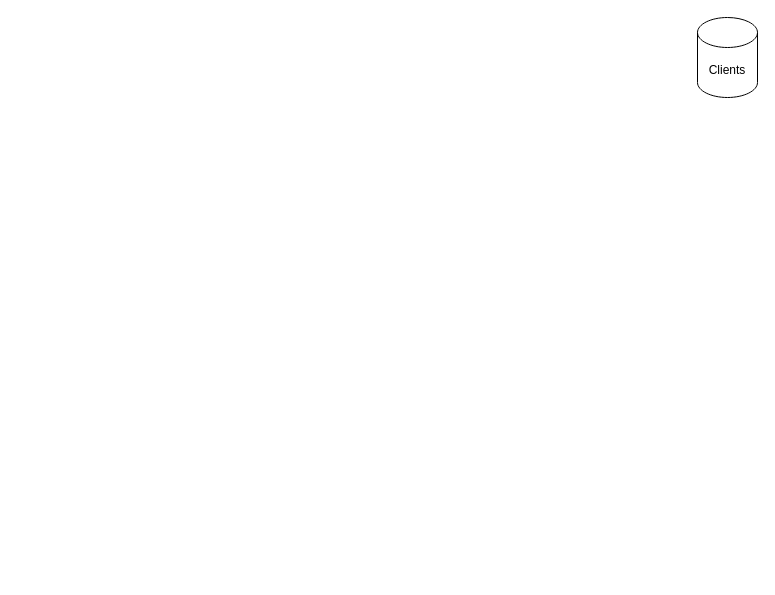
Above: Diagrama.drawio in arbej/bootcamp (draw.io), before the change. Source tidied: cells renumbered, new cells numbered last; positions are measured from the earlier drawing's top-left corner, leaving out a move shared by most shapes. Both pictures are drawn from the tidied source at 100%, with x=0, y=0 at pixel (697, 17).
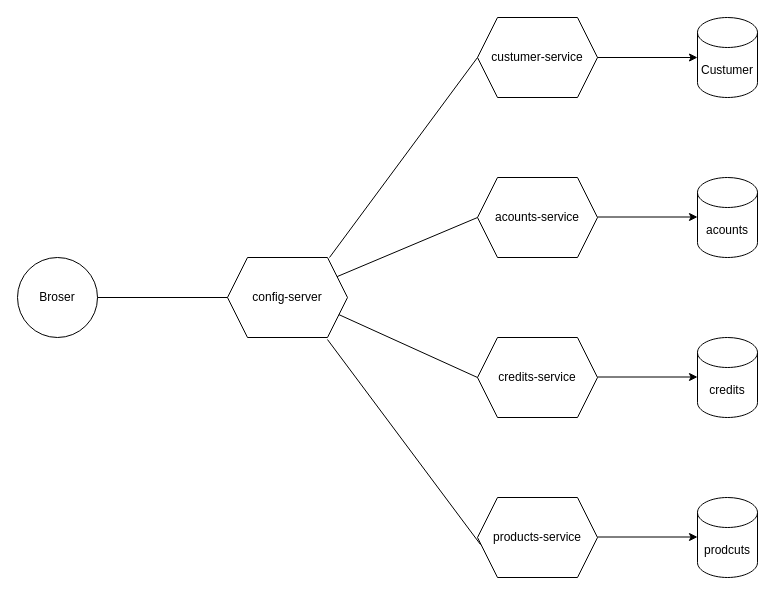
After the change.

Change to the diagram source:
```diff
@@
-    <mxCell id="2" value="Clients" style="shape=cylinder3;whiteSpace=wrap;html=1;boundedLbl=1;backgroundOutline=1;size=15;" parent="1" vertex="1">
+    <mxCell id="2" value="Custumer" style="shape=cylinder3;whiteSpace=wrap;html=1;boundedLbl=1;backgroundOutline=1;size=15;" parent="1" vertex="1">
       <mxGeometry width="60" height="80" as="geometry" />
     </mxCell>
+    <mxCell id="3" value="prodcuts" style="shape=cylinder3;whiteSpace=wrap;html=1;boundedLbl=1;backgroundOutline=1;size=15;" parent="1" vertex="1">
+      <mxGeometry y="480" width="60" height="80" as="geometry" />
+    </mxCell>
+    <mxCell id="4" value="acounts" style="shape=cylinder3;whiteSpace=wrap;html=1;boundedLbl=1;backgroundOutline=1;size=15;" parent="1" vertex="1">
+      <mxGeometry y="160" width="60" height="80" as="geometry" />
+    </mxCell>
+    <mxCell id="5" value="credits" style="shape=cylinder3;whiteSpace=wrap;html=1;boundedLbl=1;backgroundOutline=1;size=15;" parent="1" vertex="1">
+      <mxGeometry y="320" width="60" height="80" as="geometry" />
+    </mxCell>
+    <mxCell id="6" value="custumer-service" style="shape=hexagon;perimeter=hexagonPerimeter2;whiteSpace=wrap;html=1;fixedSize=1;" parent="1" vertex="1">
+      <mxGeometry x="-220" width="120" height="80" as="geometry" />
+    </mxCell>
+    <mxCell id="7" value="acounts-service" style="shape=hexagon;perimeter=hexagonPerimeter2;whiteSpace=wrap;html=1;fixedSize=1;" parent="1" vertex="1">
+      <mxGeometry x="-220" y="160" width="120" height="80" as="geometry" />
+    </mxCell>
+    <mxCell id="8" value="credits-service" style="shape=hexagon;perimeter=hexagonPerimeter2;whiteSpace=wrap;html=1;fixedSize=1;" parent="1" vertex="1">
+      <mxGeometry x="-220" y="320" width="120" height="80" as="geometry" />
+    </mxCell>
+    <mxCell id="9" value="products-service" style="shape=hexagon;perimeter=hexagonPerimeter2;whiteSpace=wrap;html=1;fixedSize=1;" parent="1" vertex="1">
+      <mxGeometry x="-220" y="480" width="120" height="80" as="geometry" />
+    </mxCell>
+    <mxCell id="10" value="config-server" style="shape=hexagon;perimeter=hexagonPerimeter2;whiteSpace=wrap;html=1;fixedSize=1;" parent="1" vertex="1">
+      <mxGeometry x="-470" y="240" width="120" height="80" as="geometry" />
+    </mxCell>
+    <mxCell id="11" value="Broser" style="ellipse;whiteSpace=wrap;html=1;" parent="1" vertex="1">
+      <mxGeometry x="-680" y="240" width="80" height="80" as="geometry" />
+    </mxCell>
+    <mxCell id="12" style="endArrow=none;html=1;rounded=0;exitX=1;exitY=0.5;exitDx=0;exitDy=0;entryX=0;entryY=0.5;entryDx=0;entryDy=0;" parent="1" edge="1" source="11" target="10">
+      <mxGeometry relative="1" as="geometry" />
+    </mxCell>
+    <mxCell id="13" style="endArrow=none;html=1;rounded=0;exitX=0.85;exitY=0;exitDx=0;exitDy=0;exitPerimeter=0;entryX=0;entryY=0.5;entryDx=0;entryDy=0;" parent="1" edge="1" source="10" target="6">
+      <mxGeometry relative="1" as="geometry" />
+    </mxCell>
+    <mxCell id="14" style="endArrow=none;html=1;rounded=0;exitX=0.025;exitY=0.588;exitDx=0;exitDy=0;exitPerimeter=0;entryX=0.833;entryY=1.025;entryDx=0;entryDy=0;entryPerimeter=0;" parent="1" edge="1" source="9" target="10">
+      <mxGeometry relative="1" as="geometry" />
+    </mxCell>
+    <mxCell id="15" style="endArrow=none;html=1;rounded=0;entryX=0;entryY=0.5;entryDx=0;entryDy=0;" parent="1" edge="1" source="10" target="7">
+      <mxGeometry relative="1" as="geometry" />
+    </mxCell>
+    <mxCell id="16" style="endArrow=none;html=1;rounded=0;entryX=0;entryY=0.5;entryDx=0;entryDy=0;exitX=1;exitY=0.75;exitDx=0;exitDy=0;" parent="1" edge="1" source="10" target="8">
+      <mxGeometry relative="1" as="geometry" />
+    </mxCell>
+    <mxCell id="17" style="endArrow=classic;html=1;rounded=0;exitX=1;exitY=0.5;exitDx=0;exitDy=0;entryX=0;entryY=0.5;entryDx=0;entryDy=0;entryPerimeter=0;" parent="1" edge="1" source="6" target="2">
+      <mxGeometry relative="1" as="geometry" />
+    </mxCell>
+    <mxCell id="18" style="endArrow=classic;html=1;rounded=0;exitX=1;exitY=0.5;exitDx=0;exitDy=0;entryX=0;entryY=0.5;entryDx=0;entryDy=0;entryPerimeter=0;" parent="1" edge="1">
+      <mxGeometry relative="1" as="geometry">
+        <mxPoint x="-100" y="199.5" as="sourcePoint" />
+        <mxPoint y="199.5" as="targetPoint" />
+      </mxGeometry>
+    </mxCell>
+    <mxCell id="19" style="endArrow=classic;html=1;rounded=0;exitX=1;exitY=0.5;exitDx=0;exitDy=0;entryX=0;entryY=0.5;entryDx=0;entryDy=0;entryPerimeter=0;" parent="1" edge="1">
+      <mxGeometry relative="1" as="geometry">
+        <mxPoint x="-100" y="359.5" as="sourcePoint" />
+        <mxPoint y="359.5" as="targetPoint" />
+      </mxGeometry>
+    </mxCell>
+    <mxCell id="20" style="endArrow=classic;html=1;rounded=0;exitX=1;exitY=0.5;exitDx=0;exitDy=0;entryX=0;entryY=0.5;entryDx=0;entryDy=0;entryPerimeter=0;" parent="1" edge="1">
+      <mxGeometry relative="1" as="geometry">
+        <mxPoint x="-100" y="519.5" as="sourcePoint" />
+        <mxPoint y="519.5" as="targetPoint" />
+      </mxGeometry>
+    </mxCell>
```
